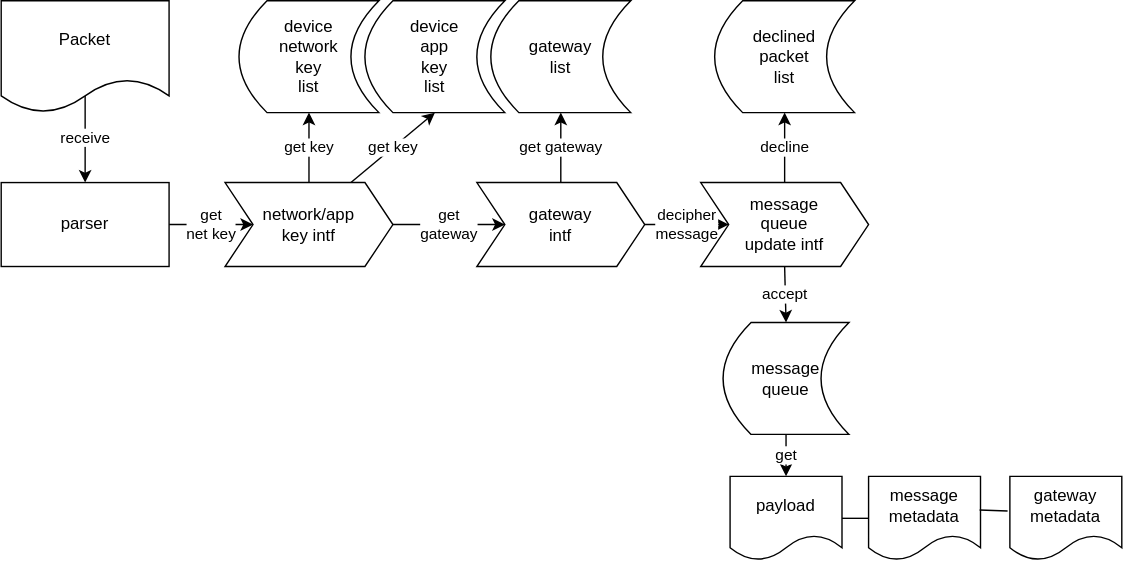
Above: receiver.drawio.svg in commandus/tlns (draw.io), before the change. Source tidied: cells renumbered, new cells last; positions are measured from the earlier drawing's top-left corner, leaving out a move shared by most shapes.
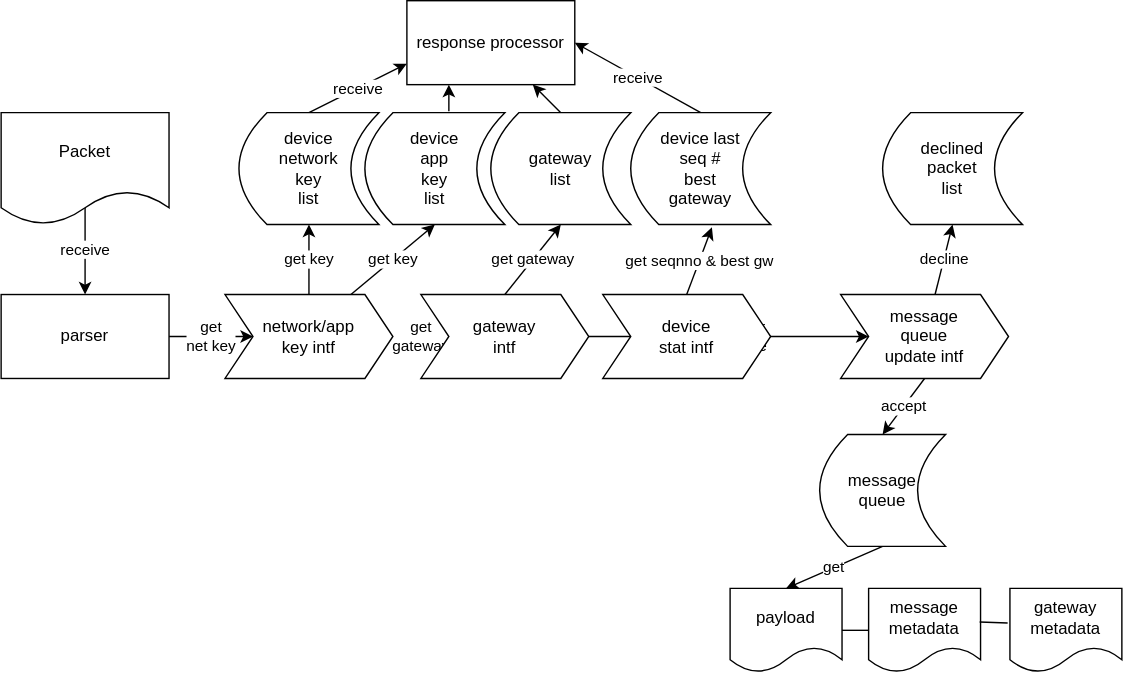
The same file after the commit.

What changed in the source:
```diff
@@ -18,11 +18,17 @@
       <mxGeometry relative="1" as="geometry" />
     </mxCell>
     <mxCell id="7" value="message&lt;br&gt;queue" style="shape=dataStorage;whiteSpace=wrap;html=1;fixedSize=1;" parent="1" vertex="1">
-      <mxGeometry x="516" y="230" width="90" height="80" as="geometry" />
+      <mxGeometry x="585" y="230" width="90" height="80" as="geometry" />
     </mxCell>
     <mxCell id="8" value="message&lt;br&gt;metadata" style="shape=document;whiteSpace=wrap;html=1;boundedLbl=1;" parent="1" vertex="1">
       <mxGeometry x="620" y="340" width="80" height="60" as="geometry" />
     </mxCell>
+    <mxCell id="27" style="edgeStyle=none;html=1;exitX=0.5;exitY=0;exitDx=0;exitDy=0;entryX=0.75;entryY=1;entryDx=0;entryDy=0;" parent="1" edge="1" source="9" target="33">
+      <mxGeometry relative="1" as="geometry" />
+    </mxCell>
+    <mxCell id="28" value="receive" style="edgeStyle=none;html=1;exitX=0.5;exitY=0;exitDx=0;exitDy=0;entryX=0;entryY=0.75;entryDx=0;entryDy=0;" parent="1" edge="1" source="12" target="33">
+      <mxGeometry relative="1" as="geometry" />
+    </mxCell>
     <mxCell id="9" value="gateway&lt;br&gt;list" style="shape=dataStorage;whiteSpace=wrap;html=1;fixedSize=1;" parent="1" vertex="1">
       <mxGeometry x="350" width="100" height="80" as="geometry" />
     </mxCell>
@@ -37,6 +43,9 @@
     <mxCell id="12" value="device&lt;br&gt;network&lt;br&gt;key&lt;br&gt;list" style="shape=dataStorage;whiteSpace=wrap;html=1;fixedSize=1;" parent="1" vertex="1">
       <mxGeometry x="170" width="100" height="80" as="geometry" />
     </mxCell>
+    <mxCell id="29" style="edgeStyle=none;html=1;exitX=0.6;exitY=-0.012;exitDx=0;exitDy=0;entryX=0.25;entryY=1;entryDx=0;entryDy=0;exitPerimeter=0;" parent="1" edge="1" source="13" target="33">
+      <mxGeometry relative="1" as="geometry" />
+    </mxCell>
     <mxCell id="13" value="device&lt;br&gt;app&lt;br&gt;key&lt;br&gt;list" style="shape=dataStorage;whiteSpace=wrap;html=1;fixedSize=1;" parent="1" vertex="1">
       <mxGeometry x="260" width="100" height="80" as="geometry" />
     </mxCell>
@@ -49,13 +58,16 @@
     <mxCell id="16" value="get key" style="edgeStyle=none;html=1;exitX=0.75;exitY=0;exitDx=0;exitDy=0;entryX=0.5;entryY=1;entryDx=0;entryDy=0;" parent="1" edge="1" source="17" target="13">
       <mxGeometry relative="1" as="geometry" />
     </mxCell>
+    <mxCell id="30" value="get seqnno &amp;amp; best gw" style="edgeStyle=none;html=1;exitX=0.5;exitY=0;exitDx=0;exitDy=0;entryX=0.58;entryY=1.025;entryDx=0;entryDy=0;entryPerimeter=0;" parent="1" edge="1" source="35" target="32">
+      <mxGeometry relative="1" as="geometry" />
+    </mxCell>
     <mxCell id="17" value="network/app&lt;br&gt;key intf" style="shape=step;perimeter=stepPerimeter;whiteSpace=wrap;html=1;fixedSize=1;" parent="1" vertex="1">
       <mxGeometry x="160" y="130" width="120" height="60" as="geometry" />
     </mxCell>
     <mxCell id="18" value="get gateway" style="edgeStyle=none;html=1;exitX=0.5;exitY=0;exitDx=0;exitDy=0;entryX=0.5;entryY=1;entryDx=0;entryDy=0;" parent="1" edge="1" source="20" target="9">
       <mxGeometry relative="1" as="geometry" />
     </mxCell>
-    <mxCell id="19" value="decipher&lt;br&gt;message" style="edgeStyle=none;html=1;exitX=1;exitY=0.5;exitDx=0;exitDy=0;entryX=0;entryY=0.5;entryDx=0;entryDy=0;" parent="1" edge="1" source="20" target="23">
+    <mxCell id="19" value="decipher&lt;br&gt;message" style="edgeStyle=none;html=1;exitX=1;exitY=0.5;exitDx=0;exitDy=0;entryX=0;entryY=0.5;entryDx=0;entryDy=0;startArrow=none;" parent="1" edge="1" source="35" target="23">
       <mxGeometry relative="1" as="geometry">
         <Array as="points">
           <mxPoint x="490" y="160" />
@@ -63,7 +75,7 @@
       </mxGeometry>
     </mxCell>
     <mxCell id="20" value="gateway&lt;br&gt;intf" style="shape=step;perimeter=stepPerimeter;whiteSpace=wrap;html=1;fixedSize=1;" parent="1" vertex="1">
-      <mxGeometry x="340" y="130" width="120" height="60" as="geometry" />
+      <mxGeometry x="300" y="130" width="120" height="60" as="geometry" />
     </mxCell>
     <mxCell id="21" value="accept" style="edgeStyle=none;html=1;exitX=0.5;exitY=1;exitDx=0;exitDy=0;entryX=0.5;entryY=0;entryDx=0;entryDy=0;" parent="1" edge="1" source="23" target="7">
       <mxGeometry relative="1" as="geometry" />
@@ -72,7 +84,7 @@
       <mxGeometry relative="1" as="geometry" />
     </mxCell>
     <mxCell id="23" value="message&lt;br&gt;queue &lt;br&gt;update intf" style="shape=step;perimeter=stepPerimeter;whiteSpace=wrap;html=1;fixedSize=1;" parent="1" vertex="1">
-      <mxGeometry x="500" y="130" width="120" height="60" as="geometry" />
+      <mxGeometry x="600" y="130" width="120" height="60" as="geometry" />
     </mxCell>
     <mxCell id="24" value="payload" style="shape=document;whiteSpace=wrap;html=1;boundedLbl=1;" parent="1" vertex="1">
       <mxGeometry x="521" y="340" width="80" height="60" as="geometry" />
@@ -81,7 +93,22 @@
       <mxGeometry relative="1" as="geometry" />
     </mxCell>
     <mxCell id="26" value="declined&lt;br&gt;packet&lt;br&gt;list" style="shape=dataStorage;whiteSpace=wrap;html=1;fixedSize=1;" parent="1" vertex="1">
-      <mxGeometry x="510" width="100" height="80" as="geometry" />
+      <mxGeometry x="630" width="100" height="80" as="geometry" />
     </mxCell>
+    <mxCell id="31" value="receive" style="edgeStyle=none;html=1;entryX=1;entryY=0.5;entryDx=0;entryDy=0;exitX=0.5;exitY=0;exitDx=0;exitDy=0;" parent="1" edge="1" source="32" target="33">
+      <mxGeometry relative="1" as="geometry" />
+    </mxCell>
+    <mxCell id="32" value="device last&lt;br&gt;seq #&lt;br&gt;best&lt;br&gt;gateway" style="shape=dataStorage;whiteSpace=wrap;html=1;fixedSize=1;" parent="1" vertex="1">
+      <mxGeometry x="450" width="100" height="80" as="geometry" />
+    </mxCell>
+    <mxCell id="33" value="response processor" style="rounded=0;whiteSpace=wrap;html=1;" parent="1" vertex="1">
+      <mxGeometry x="290" y="-80" width="120" height="60" as="geometry" />
+    </mxCell>
+    <mxCell id="34" style="edgeStyle=none;html=1;exitX=1;exitY=0.5;exitDx=0;exitDy=0;entryX=0;entryY=0.5;entryDx=0;entryDy=0;endArrow=none;" parent="1" edge="1" source="20" target="35">
+      <mxGeometry relative="1" as="geometry" />
+    </mxCell>
+    <mxCell id="35" value="device&lt;br&gt;stat intf" style="shape=step;perimeter=stepPerimeter;whiteSpace=wrap;html=1;fixedSize=1;" parent="1" vertex="1">
+      <mxGeometry x="430" y="130" width="120" height="60" as="geometry" />
+    </mxCell>
   </root>
 </mxGraphModel>
```
